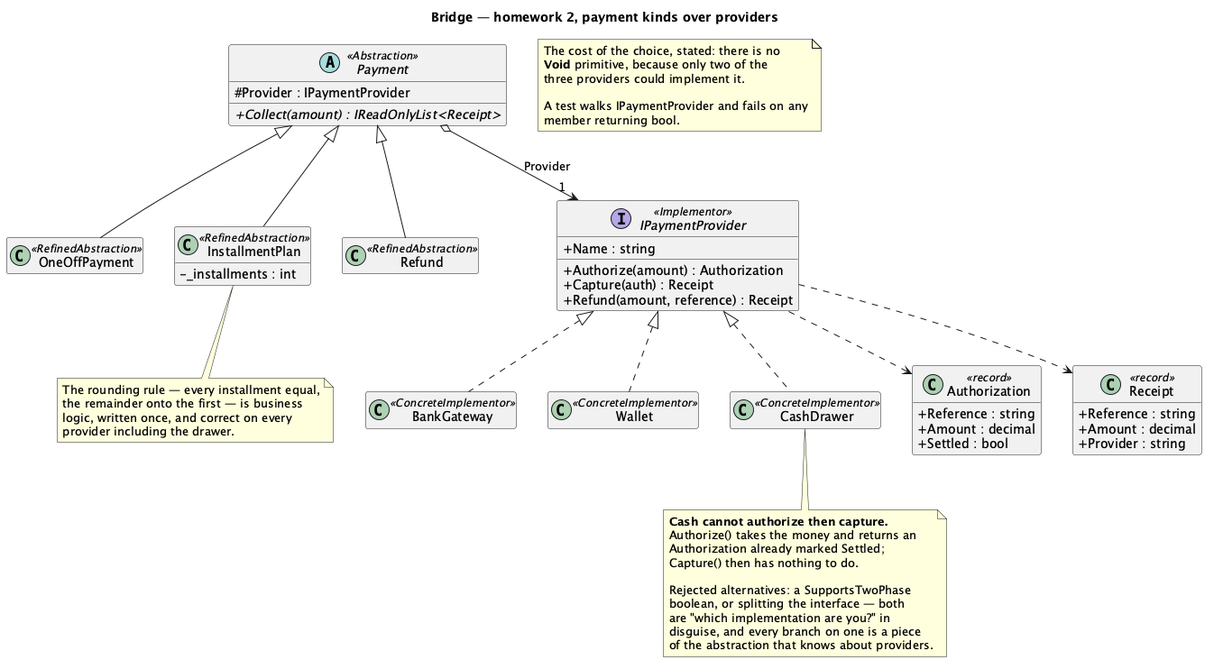
kaldiroglu/DesignPatternsWithCSharp keeps this PlantUML diagram as Bridge/src/Bridge/Hw/PaymentDesk/uml/Bridge - Payment Desk (Solution) - Class Diagram.png. Above is the earlier version.
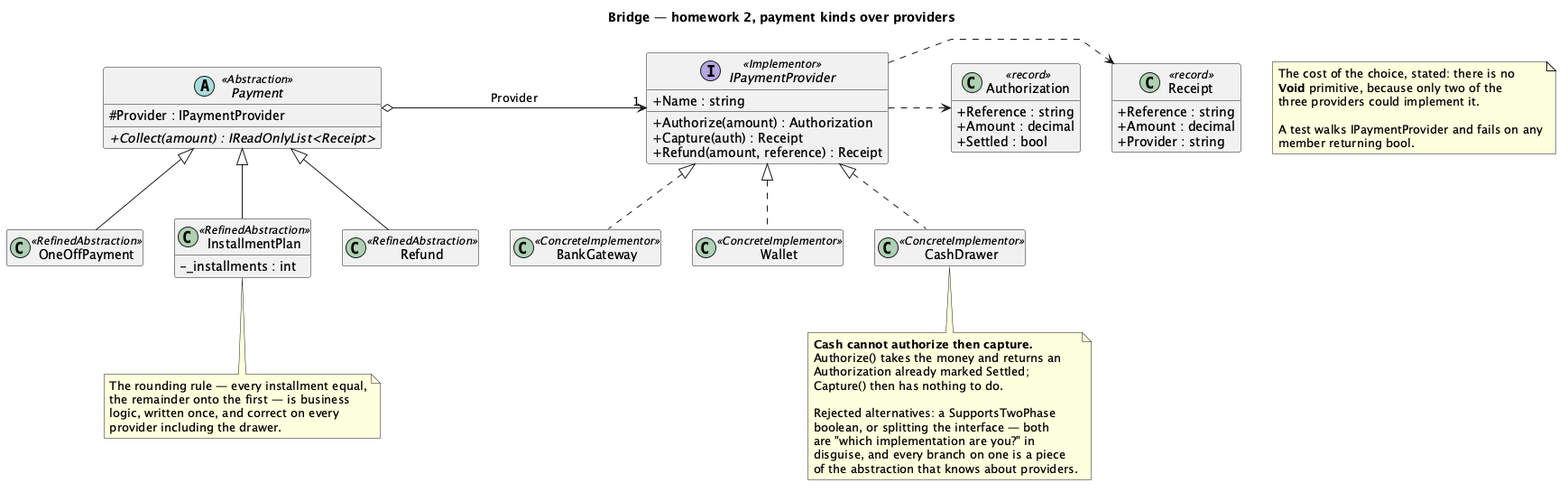
The same diagram one commit later.

What changed in the source:
```diff
@@ -1,4 +1,5 @@
-@startuml "Bridge - Payment Desk (Solution) - Class Diagram"
+@startuml
+skinparam linetype polyline
 skinparam classAttributeIconSize 0
 hide empty members
 title Bridge — homework 2, payment kinds over providers
@@ -40,12 +41,9 @@
 Payment <|-- OneOffPayment
 Payment <|-- InstallmentPlan
 Payment <|-- Refund
-Payment o--> "1" IPaymentProvider : Provider
 IPaymentProvider <|.. BankGateway
 IPaymentProvider <|.. Wallet
 IPaymentProvider <|.. CashDrawer
-IPaymentProvider ..> Authorization
-IPaymentProvider ..> Receipt
 
 note bottom of CashDrawer
   <b>Cash cannot authorize then capture.</b>
@@ -76,4 +74,7 @@
   member returning bool.
 end note
 
+Payment o-[norank]-> "1" IPaymentProvider : Provider
+IPaymentProvider .[norank].> Authorization
+IPaymentProvider .[norank].> Receipt
 @enduml
```
